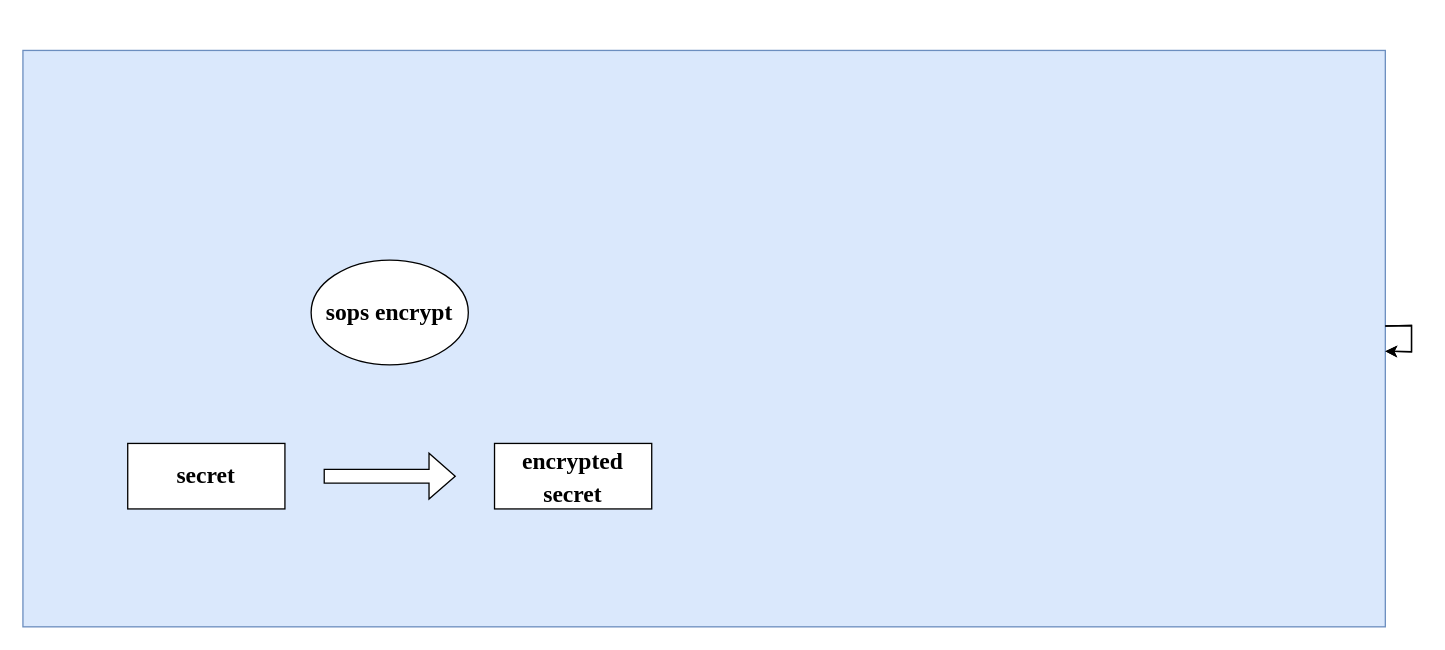
Above: secret-decrypt-webhook.drawio in YanshanSong/draw.io (draw.io), before the change. Source tidied: cells renumbered, new cells numbered last; positions are measured from the earlier drawing's top-left corner, leaving out a move shared by most shapes. Both pictures are drawn from the tidied source at 131%, with x=0, y=0 at pixel (22, 50). Pictures stored in the file or linked from it are replaced by grey dashed boxes.
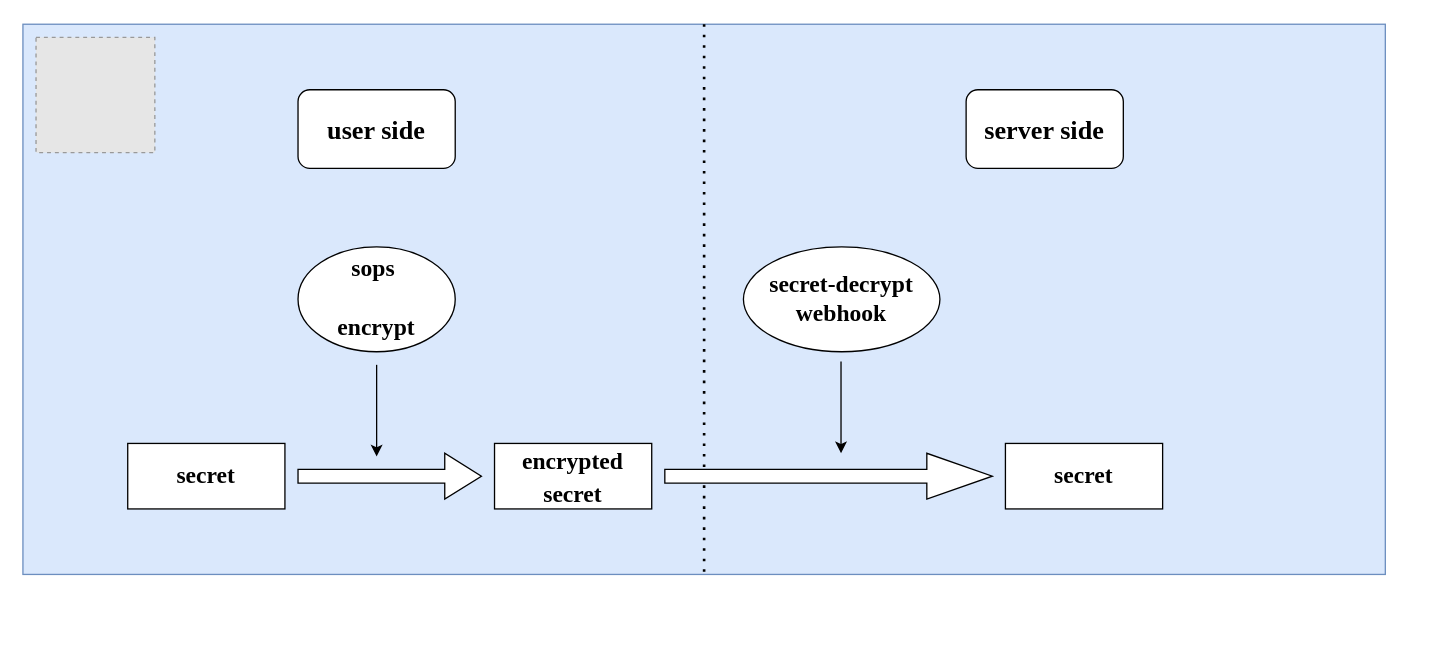
The same diagram, later.

What changed in the source:
```diff
@@
 <mxGraphModel>
   <root>
     <mxCell id="0" />
     <mxCell id="1" parent="0" />
     <mxCell id="2" style="rounded=0;whiteSpace=wrap;html=1;fillColor=#dae8fc;strokeColor=#6c8ebf;" parent="1" vertex="1">
-      <mxGeometry width="1040" height="440" as="geometry" />
+      <mxGeometry y="-20" width="1040" height="420" as="geometry" />
     </mxCell>
     <mxCell id="3" value="&lt;h4&gt;&lt;font face=&quot;Times New Roman&quot; style=&quot;font-size: 18px&quot;&gt;secret&lt;/font&gt;&lt;/h4&gt;" style="rounded=0;whiteSpace=wrap;html=1;" parent="1" vertex="1">
       <mxGeometry x="80" y="300" width="120" height="50" as="geometry" />
     </mxCell>
     <mxCell id="4" value="&lt;h4&gt;&lt;font style=&quot;font-size: 18px&quot;&gt;encrypted secret&lt;/font&gt;&lt;/h4&gt;" style="rounded=0;whiteSpace=wrap;html=1;fontFamily=Times New Roman;fontSize=20;" parent="1" vertex="1">
       <mxGeometry x="360" y="300" width="120" height="50" as="geometry" />
     </mxCell>
     <mxCell id="5" style="shape=singleArrow;whiteSpace=wrap;html=1;fontFamily=Times New Roman;fontSize=18;" parent="1" vertex="1">
-      <mxGeometry x="230" y="307.5" width="100" height="35" as="geometry" />
+      <mxGeometry x="210" y="307.5" width="140" height="35" as="geometry" />
     </mxCell>
-    <mxCell id="6" value="&lt;h4&gt;sops encrypt&lt;/h4&gt;" style="ellipse;whiteSpace=wrap;html=1;fontFamily=Times New Roman;fontSize=18;" parent="1" vertex="1">
-      <mxGeometry x="220" y="160" width="120" height="80" as="geometry" />
+    <mxCell id="6" value="&lt;h4&gt;sops&amp;nbsp;&lt;/h4&gt;&lt;h4&gt;encrypt&lt;/h4&gt;" style="ellipse;whiteSpace=wrap;html=1;fontFamily=Times New Roman;fontSize=18;" parent="1" vertex="1">
+      <mxGeometry x="210" y="150" width="120" height="80" as="geometry" />
     </mxCell>
-    <mxCell id="7" style="endArrow=classic;html=1;rounded=0;fontFamily=Times New Roman;fontSize=18;" parent="1" edge="1" source="2" target="2">
-      <mxGeometry relative="1" as="geometry" />
-    </mxCell>
-    <mxCell id="8" style="endArrow=classic;html=1;rounded=0;fontFamily=Times New Roman;fontSize=18;" parent="1" edge="1" source="2" target="2">
-      <mxGeometry relative="1" as="geometry" />
-    </mxCell>
+    <mxCell id="9" style="endArrow=classic;html=1;rounded=0;fontFamily=Times New Roman;fontSize=18;" parent="1" edge="1">
+      <mxGeometry relative="1" as="geometry">
+        <mxPoint x="270" y="240" as="sourcePoint" />
+        <mxPoint x="270" y="310" as="targetPoint" />
+      </mxGeometry>
+    </mxCell>
+    <mxCell id="10" style="endArrow=none;dashed=1;html=1;dashPattern=1 3;strokeWidth=2;rounded=0;fontFamily=Times New Roman;fontSize=18;entryX=0.5;entryY=1;entryDx=0;entryDy=0;exitX=0.5;exitY=0;exitDx=0;exitDy=0;" parent="1" edge="1" source="2" target="2">
+      <mxGeometry relative="1" as="geometry" />
+    </mxCell>
+    <mxCell id="11" value="&lt;h4&gt;user side&lt;/h4&gt;" style="rounded=1;whiteSpace=wrap;html=1;fontFamily=Times New Roman;fontSize=20;fontStyle=0;" parent="1" vertex="1">
+      <mxGeometry x="210" y="30" width="120" height="60" as="geometry" />
+    </mxCell>
+    <mxCell id="12" value="&lt;h4&gt;server side&lt;/h4&gt;" style="rounded=1;whiteSpace=wrap;html=1;fontFamily=Times New Roman;fontSize=20;fontStyle=0;" parent="1" vertex="1">
+      <mxGeometry x="720" y="30" width="120" height="60" as="geometry" />
+    </mxCell>
+    <mxCell id="13" style="shape=singleArrow;whiteSpace=wrap;html=1;fontFamily=Times New Roman;fontSize=18;" parent="1" vertex="1">
+      <mxGeometry x="490" y="307.5" width="250" height="35" as="geometry" />
+    </mxCell>
+    <mxCell id="14" value="&lt;h4&gt;secret-decrypt webhook&lt;/h4&gt;" style="ellipse;whiteSpace=wrap;html=1;fontFamily=Times New Roman;fontSize=18;" parent="1" vertex="1">
+      <mxGeometry x="550" y="150" width="150" height="80" as="geometry" />
+    </mxCell>
+    <mxCell id="15" style="endArrow=classic;html=1;rounded=0;fontFamily=Times New Roman;fontSize=18;" parent="1" edge="1">
+      <mxGeometry relative="1" as="geometry">
+        <mxPoint x="624.5" y="237.5" as="sourcePoint" />
+        <mxPoint x="624.5" y="307.5" as="targetPoint" />
+      </mxGeometry>
+    </mxCell>
+    <mxCell id="16" value="&lt;h4&gt;&lt;font face=&quot;Times New Roman&quot; style=&quot;font-size: 18px&quot;&gt;secret&lt;/font&gt;&lt;/h4&gt;" style="rounded=0;whiteSpace=wrap;html=1;" parent="1" vertex="1">
+      <mxGeometry x="750" y="300" width="120" height="50" as="geometry" />
+    </mxCell>
+    <mxCell id="17" style="fillColor=#E6E6E6;strokeColor=#999999;dashed=1;verticalLabelPosition=bottom;labelBackgroundColor=#ffffff;verticalAlign=top;" parent="1" vertex="1">
+      <mxGeometry x="10" y="-10" width="90.7" height="88" as="geometry" />
+    </mxCell>
   </root>
 </mxGraphModel>
```
